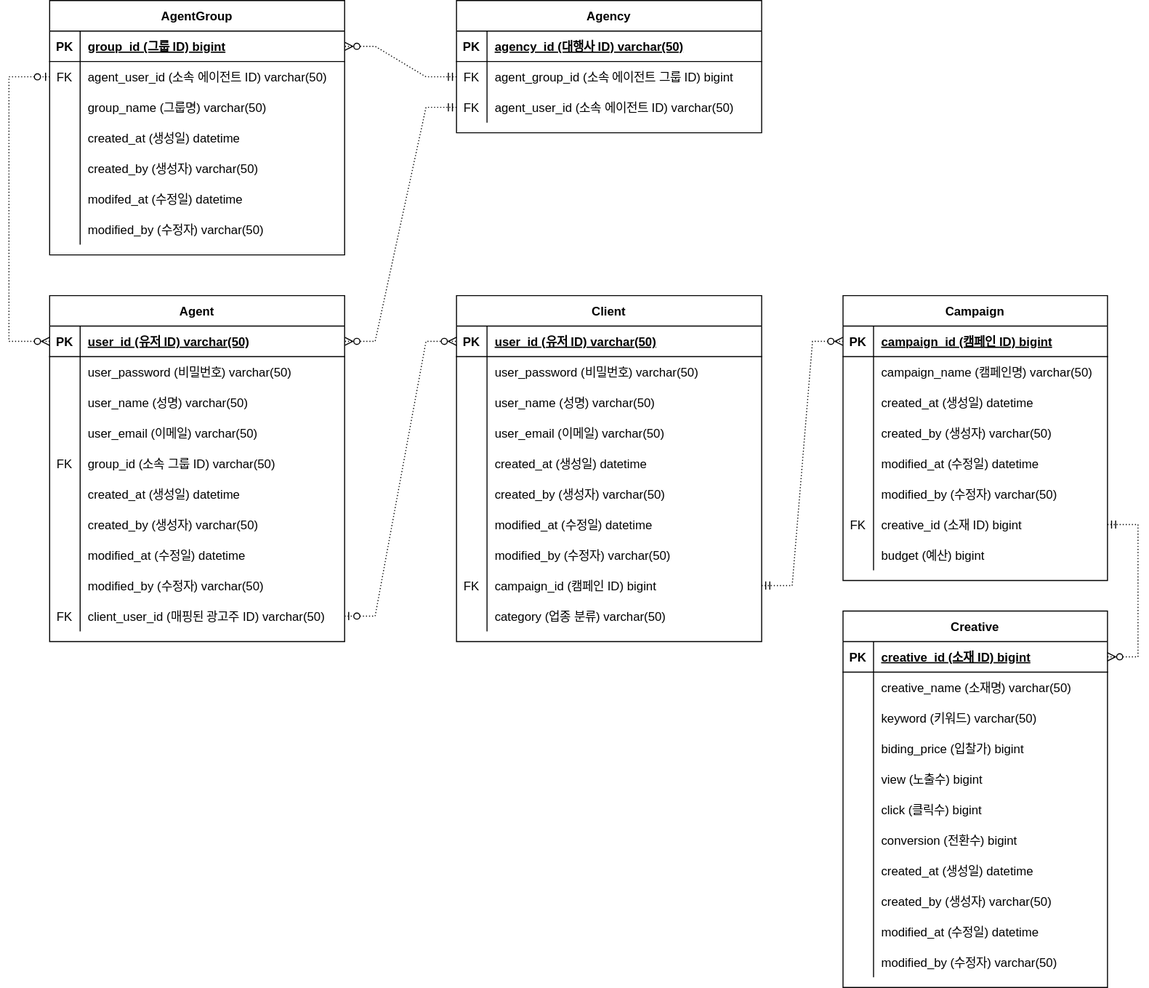
This is document/ERD.drawio.svg from mrcocoball/cocoball-ad-platform-agency, a draw.io export, as it was before one commit. Source tidied: cells renumbered, new cells last; positions are measured from the earlier drawing's top-left corner, leaving out a move shared by most shapes.
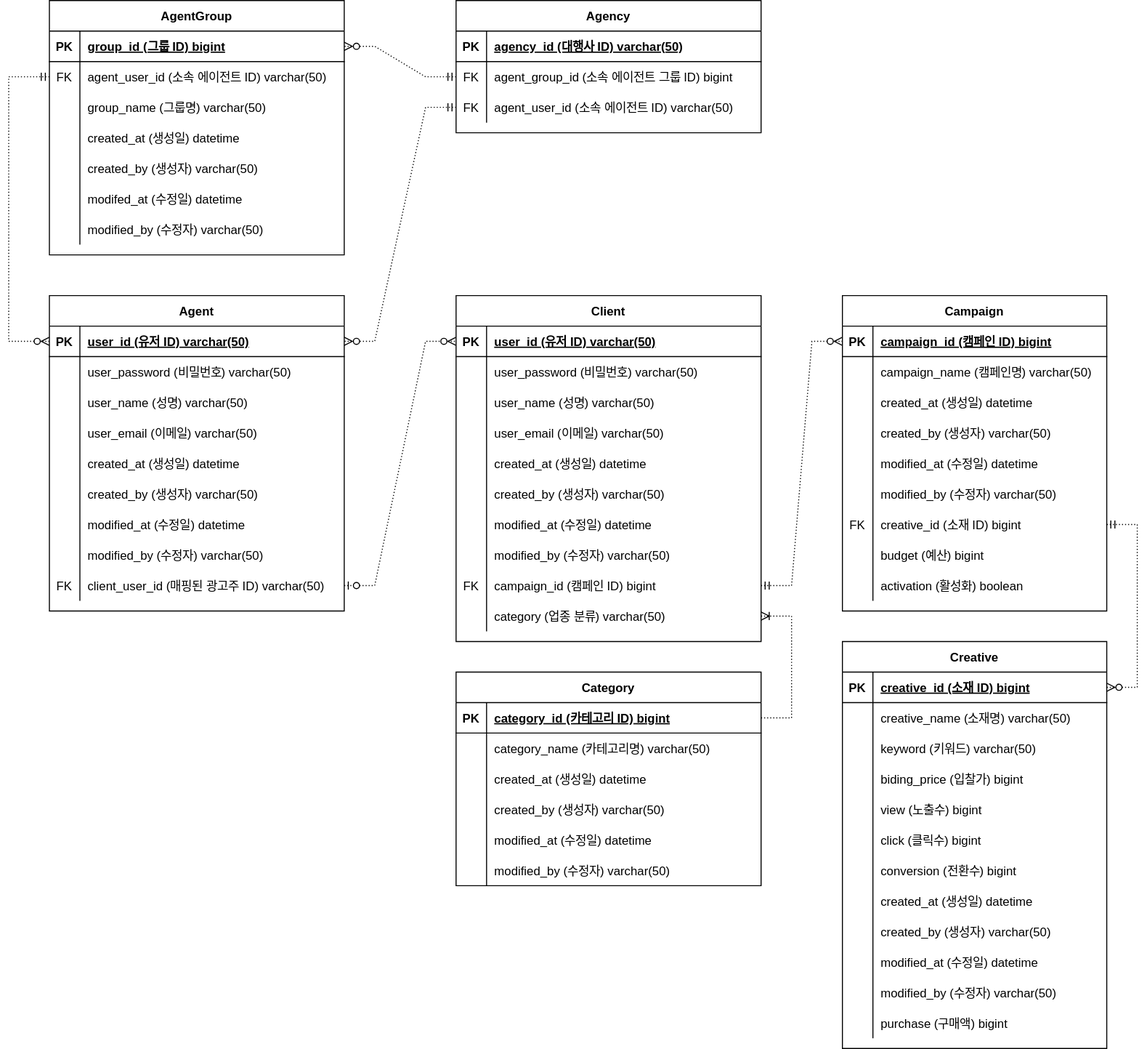
The same diagram one commit later.

Diff of the diagram source:
```diff
@@ -3,7 +3,7 @@
     <mxCell id="0" />
     <mxCell id="1" parent="0" />
     <mxCell id="2" value="Agent" style="shape=table;startSize=30;rowLines=0;fontStyle=1;align=center;" parent="1" vertex="1">
-      <mxGeometry x="430" y="290" width="290" height="340" as="geometry" />
+      <mxGeometry x="430" y="290" width="290" height="310" as="geometry" />
     </mxCell>
     <mxCell id="3" style="shape=tableRow;horizontal=0;startSize=0;swimlaneHead=0;swimlaneBody=0;fillColor=none;points=[[0,0.5],[1,0.5]];portConstraint=eastwest;top=0;left=0;right=0;bottom=1;" parent="2" vertex="1">
       <mxGeometry y="30" width="290" height="30" as="geometry" />
@@ -41,17 +41,8 @@
     <mxCell id="14" value="user_email (이메일) varchar(50)" style="shape=partialRectangle;fillColor=none;top=0;left=0;bottom=0;right=0;align=left;spacingLeft=6;overflow=hidden;" parent="12" vertex="1">
       <mxGeometry x="30" width="260" height="30" as="geometry" />
     </mxCell>
-    <mxCell id="15" style="shape=tableRow;horizontal=0;startSize=0;swimlaneHead=0;swimlaneBody=0;fillColor=none;top=0;left=0;right=0;bottom=0;" parent="2" vertex="1">
-      <mxGeometry y="150" width="290" height="30" as="geometry" />
-    </mxCell>
-    <mxCell id="16" value="FK" style="shape=partialRectangle;fillColor=none;top=0;left=0;bottom=0;right=0;overflow=hidden;" parent="15" vertex="1">
-      <mxGeometry width="30" height="30" as="geometry" />
-    </mxCell>
-    <mxCell id="17" value="group_id (소속 그룹 ID) varchar(50)" style="shape=partialRectangle;fillColor=none;top=0;left=0;bottom=0;right=0;align=left;spacingLeft=6;overflow=hidden;" parent="15" vertex="1">
-      <mxGeometry x="30" width="260" height="30" as="geometry" />
-    </mxCell>
     <mxCell id="18" style="shape=tableRow;horizontal=0;startSize=0;swimlaneHead=0;swimlaneBody=0;fillColor=none;top=0;left=0;right=0;bottom=0;" parent="2" vertex="1">
-      <mxGeometry y="180" width="290" height="30" as="geometry" />
+      <mxGeometry y="150" width="290" height="30" as="geometry" />
     </mxCell>
     <mxCell id="19" style="shape=partialRectangle;fillColor=none;top=0;left=0;bottom=0;right=0;overflow=hidden;" parent="18" vertex="1">
       <mxGeometry width="30" height="30" as="geometry" />
@@ -60,7 +51,7 @@
       <mxGeometry x="30" width="260" height="30" as="geometry" />
     </mxCell>
     <mxCell id="21" style="shape=tableRow;horizontal=0;startSize=0;swimlaneHead=0;swimlaneBody=0;fillColor=none;top=0;left=0;right=0;bottom=0;" parent="2" vertex="1">
-      <mxGeometry y="210" width="290" height="30" as="geometry" />
+      <mxGeometry y="180" width="290" height="30" as="geometry" />
     </mxCell>
     <mxCell id="22" style="shape=partialRectangle;fillColor=none;top=0;left=0;bottom=0;right=0;overflow=hidden;" parent="21" vertex="1">
       <mxGeometry width="30" height="30" as="geometry" />
@@ -69,7 +60,7 @@
       <mxGeometry x="30" width="260" height="30" as="geometry" />
     </mxCell>
     <mxCell id="24" style="shape=tableRow;horizontal=0;startSize=0;swimlaneHead=0;swimlaneBody=0;fillColor=none;top=0;left=0;right=0;bottom=0;" parent="2" vertex="1">
-      <mxGeometry y="240" width="290" height="30" as="geometry" />
+      <mxGeometry y="210" width="290" height="30" as="geometry" />
     </mxCell>
     <mxCell id="25" style="shape=partialRectangle;fillColor=none;top=0;left=0;bottom=0;right=0;overflow=hidden;" parent="24" vertex="1">
       <mxGeometry width="30" height="30" as="geometry" />
@@ -78,7 +69,7 @@
       <mxGeometry x="30" width="260" height="30" as="geometry" />
     </mxCell>
     <mxCell id="27" style="shape=tableRow;horizontal=0;startSize=0;swimlaneHead=0;swimlaneBody=0;fillColor=none;top=0;left=0;right=0;bottom=0;" parent="2" vertex="1">
-      <mxGeometry y="270" width="290" height="30" as="geometry" />
+      <mxGeometry y="240" width="290" height="30" as="geometry" />
     </mxCell>
     <mxCell id="28" style="shape=partialRectangle;fillColor=none;top=0;left=0;bottom=0;right=0;overflow=hidden;" parent="27" vertex="1">
       <mxGeometry width="30" height="30" as="geometry" />
@@ -87,7 +78,7 @@
       <mxGeometry x="30" width="260" height="30" as="geometry" />
     </mxCell>
     <mxCell id="30" style="shape=tableRow;horizontal=0;startSize=0;swimlaneHead=0;swimlaneBody=0;fillColor=none;points=[[0,0.5],[1,0.5]];portConstraint=eastwest;top=0;left=0;right=0;bottom=0;" parent="2" vertex="1">
-      <mxGeometry y="300" width="290" height="30" as="geometry" />
+      <mxGeometry y="270" width="290" height="30" as="geometry" />
     </mxCell>
     <mxCell id="31" value="FK" style="shape=partialRectangle;fillColor=none;top=0;left=0;bottom=0;right=0;overflow=hidden;" parent="30" vertex="1">
       <mxGeometry width="30" height="30" as="geometry" />
@@ -161,7 +152,7 @@
     <mxCell id="54" value="modified_by (수정자) varchar(50)" style="shape=partialRectangle;fillColor=none;top=0;left=0;bottom=0;right=0;align=left;spacingLeft=6;overflow=hidden;" parent="52" vertex="1">
       <mxGeometry x="30" width="260" height="30" as="geometry" />
     </mxCell>
-    <mxCell id="55" style="edgeStyle=elbowEdgeStyle;fontSize=12;html=1;endArrow=ERzeroToMany;startArrow=ERzeroToOne;rounded=0;entryX=0;entryY=0.5;entryDx=0;entryDy=0;dashed=1;dashPattern=1 2;exitX=0;exitY=0.5;exitDx=0;exitDy=0;" parent="1" edge="1" source="37" target="3">
+    <mxCell id="55" style="edgeStyle=elbowEdgeStyle;fontSize=12;html=1;endArrow=ERzeroToMany;startArrow=ERmandOne;rounded=0;entryX=0;entryY=0.5;entryDx=0;entryDy=0;dashed=1;dashPattern=1 2;exitX=0;exitY=0.5;exitDx=0;exitDy=0;startFill=0;" parent="1" edge="1" source="37" target="3">
       <mxGeometry relative="1" as="geometry">
         <Array as="points">
           <mxPoint x="390" y="200" />
@@ -304,7 +295,7 @@
       <mxGeometry relative="1" as="geometry" />
     </mxCell>
     <mxCell id="100" value="Campaign" style="shape=table;startSize=30;rowLines=0;fontStyle=1;align=center;" parent="1" vertex="1">
-      <mxGeometry x="1210" y="290" width="260" height="280" as="geometry" />
+      <mxGeometry x="1210" y="290" width="260" height="310" as="geometry" />
     </mxCell>
     <mxCell id="101" style="shape=tableRow;horizontal=0;startSize=0;swimlaneHead=0;swimlaneBody=0;fillColor=none;points=[[0,0.5],[1,0.5]];portConstraint=eastwest;top=0;left=0;right=0;bottom=1;" parent="100" vertex="1">
       <mxGeometry y="30" width="260" height="30" as="geometry" />
@@ -378,11 +369,20 @@
     <mxCell id="124" value="budget (예산) bigint" style="shape=partialRectangle;fillColor=none;top=0;left=0;bottom=0;right=0;align=left;spacingLeft=6;overflow=hidden;" parent="122" vertex="1">
       <mxGeometry x="30" width="230" height="30" as="geometry" />
     </mxCell>
+    <mxCell id="161" style="shape=tableRow;horizontal=0;startSize=0;swimlaneHead=0;swimlaneBody=0;fillColor=none;top=0;left=0;right=0;bottom=0;" parent="100" vertex="1">
+      <mxGeometry y="270" width="260" height="30" as="geometry" />
+    </mxCell>
+    <mxCell id="162" style="shape=partialRectangle;fillColor=none;top=0;left=0;bottom=0;right=0;overflow=hidden;" parent="161" vertex="1">
+      <mxGeometry width="30" height="30" as="geometry" />
+    </mxCell>
+    <mxCell id="163" value="activation (활성화) boolean" style="shape=partialRectangle;fillColor=none;top=0;left=0;bottom=0;right=0;align=left;spacingLeft=6;overflow=hidden;" parent="161" vertex="1">
+      <mxGeometry x="30" width="230" height="30" as="geometry" />
+    </mxCell>
     <mxCell id="125" style="edgeStyle=entityRelationEdgeStyle;fontSize=12;html=1;endArrow=ERzeroToMany;startArrow=ERmandOne;rounded=0;dashed=1;dashPattern=1 2;entryX=0;entryY=0.5;entryDx=0;entryDy=0;exitX=1;exitY=0.5;exitDx=0;exitDy=0;" parent="1" edge="1" source="81" target="101">
       <mxGeometry relative="1" as="geometry" />
     </mxCell>
     <mxCell id="126" value="Creative" style="shape=table;startSize=30;rowLines=0;fontStyle=1;align=center;" parent="1" vertex="1">
-      <mxGeometry x="1210" y="600" width="260" height="370" as="geometry" />
+      <mxGeometry x="1210" y="630" width="260" height="400" as="geometry" />
     </mxCell>
     <mxCell id="127" style="shape=tableRow;horizontal=0;startSize=0;swimlaneHead=0;swimlaneBody=0;fillColor=none;points=[[0,0.5],[1,0.5]];portConstraint=eastwest;top=0;left=0;right=0;bottom=1;" parent="126" vertex="1">
       <mxGeometry y="30" width="260" height="30" as="geometry" />
@@ -483,8 +483,77 @@
     <mxCell id="159" value="modified_by (수정자) varchar(50)" style="shape=partialRectangle;fillColor=none;top=0;left=0;bottom=0;right=0;align=left;spacingLeft=6;overflow=hidden;" parent="157" vertex="1">
       <mxGeometry x="30" width="230" height="30" as="geometry" />
     </mxCell>
+    <mxCell id="164" style="shape=tableRow;horizontal=0;startSize=0;swimlaneHead=0;swimlaneBody=0;fillColor=none;top=0;left=0;right=0;bottom=0;" parent="126" vertex="1">
+      <mxGeometry y="360" width="260" height="30" as="geometry" />
+    </mxCell>
+    <mxCell id="165" style="shape=partialRectangle;fillColor=none;top=0;left=0;bottom=0;right=0;overflow=hidden;" parent="164" vertex="1">
+      <mxGeometry width="30" height="30" as="geometry" />
+    </mxCell>
+    <mxCell id="166" value="purchase (구매액) bigint" style="shape=partialRectangle;fillColor=none;top=0;left=0;bottom=0;right=0;align=left;spacingLeft=6;overflow=hidden;" parent="164" vertex="1">
+      <mxGeometry x="30" width="230" height="30" as="geometry" />
+    </mxCell>
     <mxCell id="160" style="edgeStyle=entityRelationEdgeStyle;fontSize=12;html=1;endArrow=ERzeroToMany;startArrow=ERmandOne;rounded=0;dashed=1;dashPattern=1 2;entryX=1;entryY=0.5;entryDx=0;entryDy=0;exitX=1;exitY=0.5;exitDx=0;exitDy=0;" parent="1" edge="1" source="119" target="127">
       <mxGeometry relative="1" as="geometry" />
     </mxCell>
+    <mxCell id="167" value="Category" style="shape=table;startSize=30;rowLines=0;fontStyle=1;align=center;" parent="1" vertex="1">
+      <mxGeometry x="830" y="660" width="300" height="210" as="geometry" />
+    </mxCell>
+    <mxCell id="168" style="shape=tableRow;horizontal=0;startSize=0;swimlaneHead=0;swimlaneBody=0;fillColor=none;points=[[0,0.5],[1,0.5]];portConstraint=eastwest;top=0;left=0;right=0;bottom=1;" parent="167" vertex="1">
+      <mxGeometry y="30" width="300" height="30" as="geometry" />
+    </mxCell>
+    <mxCell id="169" value="PK" style="shape=partialRectangle;fillColor=none;top=0;left=0;bottom=0;right=0;fontStyle=1;overflow=hidden;" parent="168" vertex="1">
+      <mxGeometry width="30" height="30" as="geometry" />
+    </mxCell>
+    <mxCell id="170" value="category_id (카테고리 ID) bigint" style="shape=partialRectangle;fillColor=none;top=0;left=0;bottom=0;right=0;align=left;spacingLeft=6;fontStyle=5;overflow=hidden;" parent="168" vertex="1">
+      <mxGeometry x="30" width="270" height="30" as="geometry" />
+    </mxCell>
+    <mxCell id="171" style="shape=tableRow;horizontal=0;startSize=0;swimlaneHead=0;swimlaneBody=0;fillColor=none;top=0;left=0;right=0;bottom=0;" parent="167" vertex="1">
+      <mxGeometry y="60" width="300" height="30" as="geometry" />
+    </mxCell>
+    <mxCell id="172" style="shape=partialRectangle;fillColor=none;top=0;left=0;bottom=0;right=0;overflow=hidden;" parent="171" vertex="1">
+      <mxGeometry width="30" height="30" as="geometry" />
+    </mxCell>
+    <mxCell id="173" value="category_name (카테고리명) varchar(50)" style="shape=partialRectangle;fillColor=none;top=0;left=0;bottom=0;right=0;align=left;spacingLeft=6;overflow=hidden;" parent="171" vertex="1">
+      <mxGeometry x="30" width="270" height="30" as="geometry" />
+    </mxCell>
+    <mxCell id="174" style="shape=tableRow;horizontal=0;startSize=0;swimlaneHead=0;swimlaneBody=0;fillColor=none;top=0;left=0;right=0;bottom=0;" parent="167" vertex="1">
+      <mxGeometry y="90" width="300" height="30" as="geometry" />
+    </mxCell>
+    <mxCell id="175" style="shape=partialRectangle;fillColor=none;top=0;left=0;bottom=0;right=0;overflow=hidden;" parent="174" vertex="1">
+      <mxGeometry width="30" height="30" as="geometry" />
+    </mxCell>
+    <mxCell id="176" value="created_at (생성일) datetime" style="shape=partialRectangle;fillColor=none;top=0;left=0;bottom=0;right=0;align=left;spacingLeft=6;overflow=hidden;" parent="174" vertex="1">
+      <mxGeometry x="30" width="270" height="30" as="geometry" />
+    </mxCell>
+    <mxCell id="177" style="shape=tableRow;horizontal=0;startSize=0;swimlaneHead=0;swimlaneBody=0;fillColor=none;top=0;left=0;right=0;bottom=0;" parent="167" vertex="1">
+      <mxGeometry y="120" width="300" height="30" as="geometry" />
+    </mxCell>
+    <mxCell id="178" style="shape=partialRectangle;fillColor=none;top=0;left=0;bottom=0;right=0;overflow=hidden;" parent="177" vertex="1">
+      <mxGeometry width="30" height="30" as="geometry" />
+    </mxCell>
+    <mxCell id="179" value="created_by (생성자) varchar(50)" style="shape=partialRectangle;fillColor=none;top=0;left=0;bottom=0;right=0;align=left;spacingLeft=6;overflow=hidden;" parent="177" vertex="1">
+      <mxGeometry x="30" width="270" height="30" as="geometry" />
+    </mxCell>
+    <mxCell id="180" style="shape=tableRow;horizontal=0;startSize=0;swimlaneHead=0;swimlaneBody=0;fillColor=none;top=0;left=0;right=0;bottom=0;" parent="167" vertex="1">
+      <mxGeometry y="150" width="300" height="30" as="geometry" />
+    </mxCell>
+    <mxCell id="181" style="shape=partialRectangle;fillColor=none;top=0;left=0;bottom=0;right=0;overflow=hidden;" parent="180" vertex="1">
+      <mxGeometry width="30" height="30" as="geometry" />
+    </mxCell>
+    <mxCell id="182" value="modified_at (수정일) datetime" style="shape=partialRectangle;fillColor=none;top=0;left=0;bottom=0;right=0;align=left;spacingLeft=6;overflow=hidden;" parent="180" vertex="1">
+      <mxGeometry x="30" width="270" height="30" as="geometry" />
+    </mxCell>
+    <mxCell id="183" style="shape=tableRow;horizontal=0;startSize=0;swimlaneHead=0;swimlaneBody=0;fillColor=none;top=0;left=0;right=0;bottom=0;" parent="167" vertex="1">
+      <mxGeometry y="180" width="300" height="30" as="geometry" />
+    </mxCell>
+    <mxCell id="184" style="shape=partialRectangle;fillColor=none;top=0;left=0;bottom=0;right=0;overflow=hidden;" parent="183" vertex="1">
+      <mxGeometry width="30" height="30" as="geometry" />
+    </mxCell>
+    <mxCell id="185" value="modified_by (수정자) varchar(50)" style="shape=partialRectangle;fillColor=none;top=0;left=0;bottom=0;right=0;align=left;spacingLeft=6;overflow=hidden;" parent="183" vertex="1">
+      <mxGeometry x="30" width="270" height="30" as="geometry" />
+    </mxCell>
+    <mxCell id="186" style="edgeStyle=entityRelationEdgeStyle;fontSize=12;html=1;endArrow=ERoneToMany;rounded=0;dashed=1;dashPattern=1 2;exitX=1;exitY=0.5;exitDx=0;exitDy=0;entryX=1;entryY=0.5;entryDx=0;entryDy=0;" parent="1" edge="1" source="168" target="84">
+      <mxGeometry relative="1" as="geometry" />
+    </mxCell>
   </root>
 </mxGraphModel>
```
